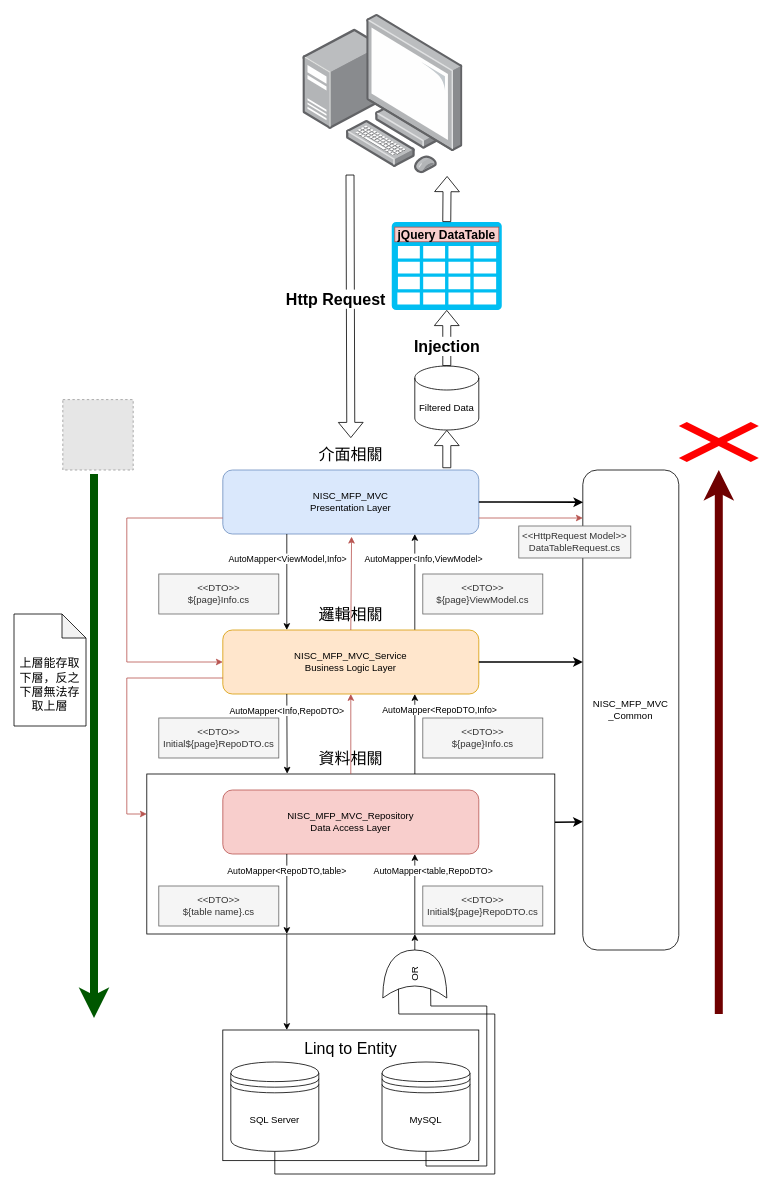
Earlier version of the draw.io diagram NISC_MFP_MVC_Architecture.drawio (nisc-clyde/NISC_MFP_MVC_SqlServer). Source tidied: cells renumbered, new cells numbered last; positions are measured from the earlier drawing's top-left corner, leaving out a move shared by most shapes. Both pictures are drawn from the tidied source at 80%, with x=0, y=0 at pixel (14, 14). Pictures stored in the file or linked from it are replaced by grey dashed boxes.
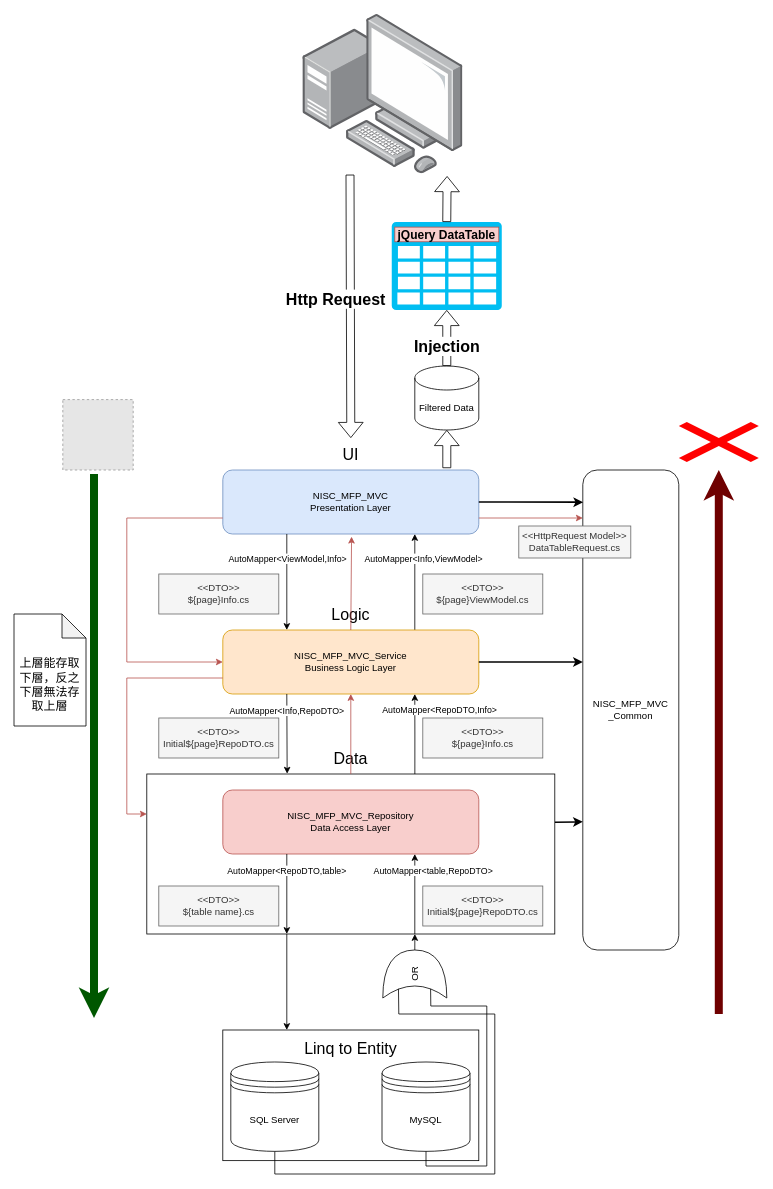
The same diagram, later.

The edit, as a diff of the source:
```diff
@@
-    <mxCell id="27" value="資料相關" style="text;html=1;strokeColor=none;fillColor=none;align=center;verticalAlign=middle;whiteSpace=wrap;rounded=0;fontSize=20;fontStyle=0;" parent="1" vertex="1">
+    <mxCell id="27" value="Data" style="text;html=1;strokeColor=none;fillColor=none;align=center;verticalAlign=middle;whiteSpace=wrap;rounded=0;fontSize=20;fontStyle=0;" parent="1" vertex="1">
       <mxGeometry x="351" y="910" width="140" height="40" as="geometry" />
     </mxCell>
@@
-    <mxCell id="30" value="邏輯相關" style="text;html=1;strokeColor=none;fillColor=none;align=center;verticalAlign=middle;whiteSpace=wrap;rounded=0;fontSize=20;fontStyle=0;" parent="1" vertex="1">
+    <mxCell id="30" value="Logic" style="text;html=1;strokeColor=none;fillColor=none;align=center;verticalAlign=middle;whiteSpace=wrap;rounded=0;fontSize=20;fontStyle=0;" parent="1" vertex="1">
       <mxGeometry x="351" y="730" width="140" height="40" as="geometry" />
     </mxCell>
-    <mxCell id="31" value="介面相關" style="text;html=1;strokeColor=none;fillColor=none;align=center;verticalAlign=middle;whiteSpace=wrap;rounded=0;fontSize=20;fontStyle=0;" parent="1" vertex="1">
+    <mxCell id="31" value="UI" style="text;html=1;strokeColor=none;fillColor=none;align=center;verticalAlign=middle;whiteSpace=wrap;rounded=0;fontSize=20;fontStyle=0;" parent="1" vertex="1">
       <mxGeometry x="351" y="530" width="140" height="40" as="geometry" />
     </mxCell>
```
